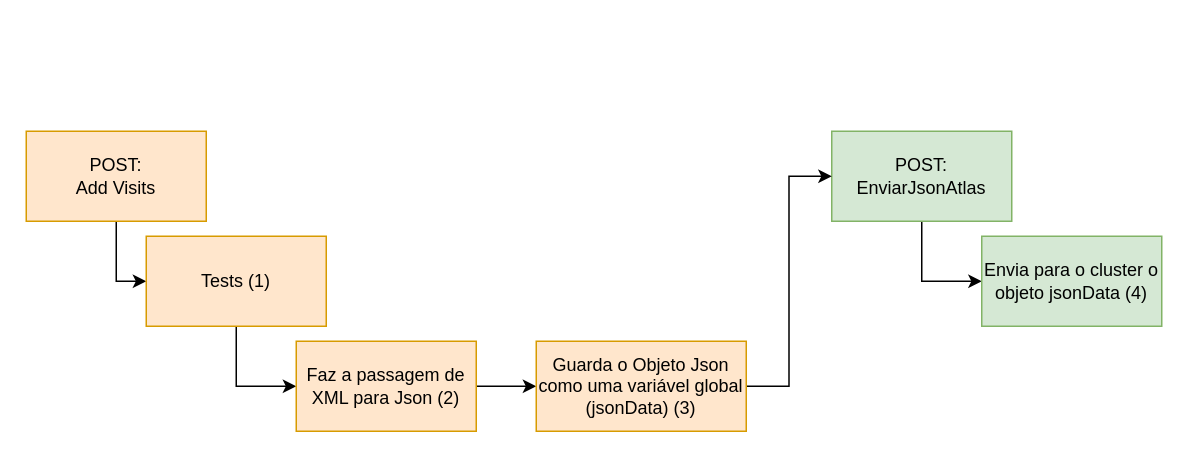
Before: Docs/Diagramas/pipelinePostman.drawio in GoncaloGil0/PEI-University, a draw.io diagram. Source tidied: cells renumbered, new cells numbered last; positions are measured from the earlier drawing's top-left corner, leaving out a move shared by most shapes. Both pictures are drawn from the tidied source at 150%, with x=0, y=0 at pixel (26, 130).
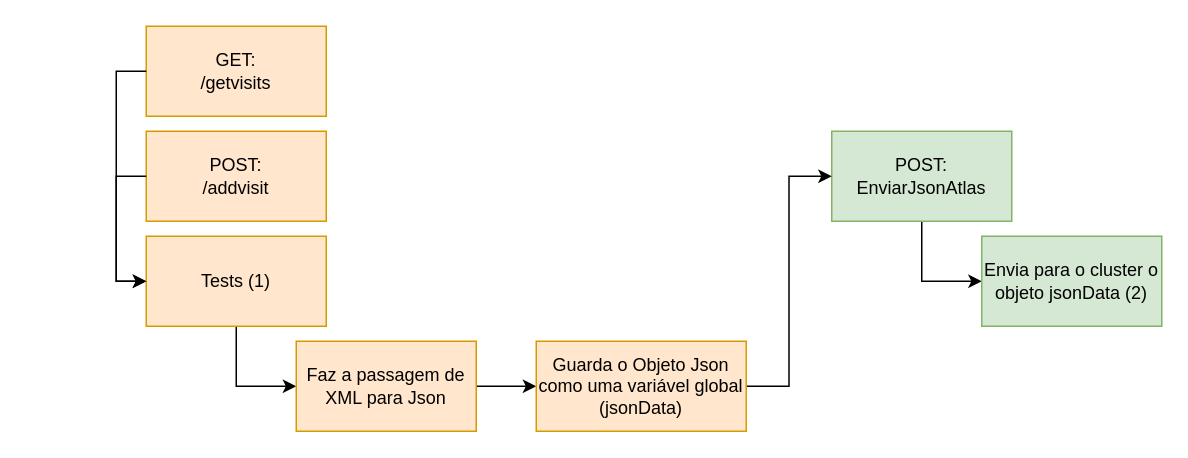
After the change.

Commit message (it also covers changes not shown here):
Atualização dos diagramas

Unchanged cells that the change refers to:
```xml
<mxCell id="7" value="Tests (1)" style="whiteSpace=wrap;html=1;fillColor=#ffe6cc;strokeColor=#d79b00;rounded=0;gradientColor=none;" parent="1" vertex="1">
  <mxGeometry x="80" y="70" width="120" height="60" as="geometry" />
</mxCell>
```

Change to the diagram source:
```diff
@@
-    <mxCell id="2" style="edgeStyle=orthogonalEdgeStyle;rounded=0;jettySize=auto;html=1;entryX=0;entryY=0.5;entryDx=0;entryDy=0;" parent="1" edge="1" source="3" target="7">
-      <mxGeometry relative="1" as="geometry">
-        <Array as="points">
-          <mxPoint x="60" y="100" />
-        </Array>
-      </mxGeometry>
-    </mxCell>
-    <mxCell id="3" value="&lt;div&gt;POST:&lt;/div&gt;&lt;div&gt; Add Visits&lt;/div&gt;" style="rounded=0;whiteSpace=wrap;html=1;fillColor=#ffe6cc;strokeColor=#d79b00;" parent="1" vertex="1">
-      <mxGeometry width="120" height="60" as="geometry" />
+    <mxCell id="3" value="&lt;div&gt;POST:&lt;/div&gt;&lt;div&gt;/addvisit&lt;/div&gt;" style="rounded=0;whiteSpace=wrap;html=1;fillColor=#ffe6cc;strokeColor=#d79b00;" parent="1" vertex="1">
+      <mxGeometry x="80" width="120" height="60" as="geometry" />
     </mxCell>
@@
-    <mxCell id="9" value="Faz a passagem de XML para Json  (2)" style="whiteSpace=wrap;html=1;fillColor=#ffe6cc;strokeColor=#d79b00;rounded=0;" parent="1" vertex="1">
+    <mxCell id="9" value="Faz a passagem de XML para Json" style="whiteSpace=wrap;html=1;fillColor=#ffe6cc;strokeColor=#d79b00;rounded=0;" parent="1" vertex="1">
       <mxGeometry x="180" y="140" width="120" height="60" as="geometry" />
     </mxCell>
@@
-    <mxCell id="11" value="Guarda o Objeto Json como uma variável global (jsonData)  (3)" style="whiteSpace=wrap;html=1;fillColor=#ffe6cc;strokeColor=#d79b00;rounded=0;" parent="1" vertex="1">
+    <mxCell id="11" value="Guarda o Objeto Json como uma variável global (jsonData)" style="whiteSpace=wrap;html=1;fillColor=#ffe6cc;strokeColor=#d79b00;rounded=0;" parent="1" vertex="1">
       <mxGeometry x="340" y="140" width="140" height="60" as="geometry" />
     </mxCell>
-    <mxCell id="12" value="Envia para o cluster o objeto jsonData  (4)" style="whiteSpace=wrap;html=1;fillColor=#d5e8d4;strokeColor=#82b366;rounded=0;" parent="1" vertex="1">
+    <mxCell id="12" value="Envia para o cluster o objeto jsonData  (2)" style="whiteSpace=wrap;html=1;fillColor=#d5e8d4;strokeColor=#82b366;rounded=0;" parent="1" vertex="1">
       <mxGeometry x="637" y="70" width="120" height="60" as="geometry" />
     </mxCell>
+    <mxCell id="13" value="&lt;div&gt;GET:&lt;/div&gt;&lt;div&gt; /getvisits&lt;/div&gt;" style="rounded=0;whiteSpace=wrap;html=1;fillColor=#ffe6cc;strokeColor=#d79b00;" parent="1" vertex="1">
+      <mxGeometry x="80" y="-70" width="120" height="60" as="geometry" />
+    </mxCell>
+    <mxCell id="14" style="edgeStyle=orthogonalEdgeStyle;rounded=0;orthogonalLoop=1;jettySize=auto;html=1;entryX=0;entryY=0.5;entryDx=0;entryDy=0;" parent="1" edge="1">
+      <mxGeometry relative="1" as="geometry">
+        <mxPoint x="80" y="30" as="sourcePoint" />
+        <mxPoint x="80" y="100" as="targetPoint" />
+        <Array as="points">
+          <mxPoint x="60" y="100" />
+        </Array>
+      </mxGeometry>
+    </mxCell>
+    <mxCell id="15" style="edgeStyle=orthogonalEdgeStyle;rounded=0;orthogonalLoop=1;jettySize=auto;html=1;entryX=0;entryY=0.5;entryDx=0;entryDy=0;" parent="1" edge="1">
+      <mxGeometry relative="1" as="geometry">
+        <mxPoint x="80" y="-40" as="sourcePoint" />
+        <mxPoint x="80" y="100" as="targetPoint" />
+        <Array as="points">
+          <mxPoint x="80" y="-40" />
+          <mxPoint x="60" y="-40" />
+          <mxPoint x="60" y="100" />
+        </Array>
+      </mxGeometry>
+    </mxCell>
```
